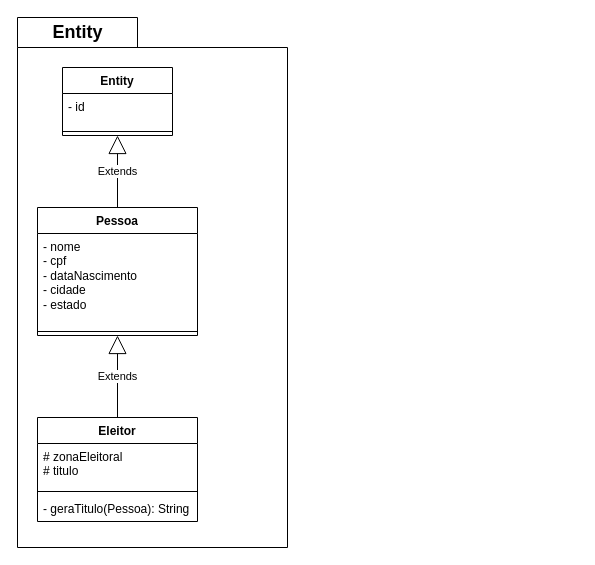
Above: Diagrama sem nome.drawio in fseabra93/proj_final_LP2 (draw.io), before the change. Source tidied: cells renumbered, new cells numbered last; positions are measured from the earlier drawing's top-left corner, leaving out a move shared by most shapes. Both pictures are drawn from the tidied source at 100%, with x=0, y=0 at pixel (17, 17).
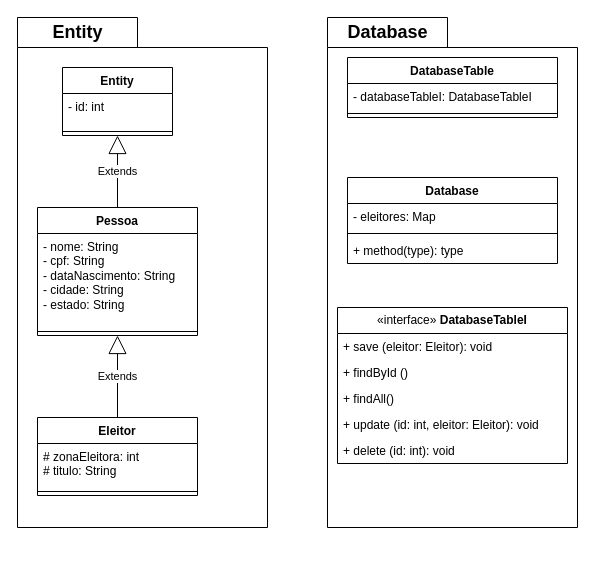
The same page after the edit.

Unchanged cells that the change refers to:
```xml
<mxCell id="4" value="Entity" style="swimlane;fontStyle=1;align=center;verticalAlign=top;horizontal=1;startSize=26;whiteSpace=wrap;html=1;" parent="1" vertex="1">
  <mxGeometry x="45" y="50" width="110" height="68" as="geometry" />
</mxCell>
<mxCell id="12" value="Pessoa" style="swimlane;fontStyle=1;align=center;verticalAlign=top;horizontal=1;startSize=26;whiteSpace=wrap;html=1;" parent="1" vertex="1">
  <mxGeometry x="20" y="190" width="160" height="128" as="geometry" />
</mxCell>
```

The edit, as a diff of the source:
```diff
@@
     <mxCell id="2" style="shape=folder;fontStyle=1;spacingTop=10;tabWidth=120;tabHeight=30;tabPosition=left;html=1;whiteSpace=wrap;" parent="1" vertex="1">
-      <mxGeometry width="270" height="530" as="geometry" />
+      <mxGeometry width="250" height="510" as="geometry" />
     </mxCell>
@@
-    <mxCell id="5" value="&lt;div&gt;- id&lt;/div&gt;" style="text;strokeColor=none;fillColor=none;align=left;verticalAlign=top;spacingLeft=4;spacingRight=4;overflow=hidden;points=[[0,0.5],[1,0.5]];portConstraint=eastwest;whiteSpace=wrap;html=1;" parent="4" vertex="1">
+    <mxCell id="5" value="&lt;div&gt;- id: int&lt;/div&gt;" style="text;strokeColor=none;fillColor=none;align=left;verticalAlign=top;spacingLeft=4;spacingRight=4;overflow=hidden;points=[[0,0.5],[1,0.5]];portConstraint=eastwest;whiteSpace=wrap;html=1;" parent="4" vertex="1">
       <mxGeometry y="26" width="110" height="34" as="geometry" />
     </mxCell>
@@
     <mxCell id="8" value="Eleitor" style="swimlane;fontStyle=1;align=center;verticalAlign=top;horizontal=1;startSize=26;whiteSpace=wrap;html=1;" parent="1" vertex="1">
-      <mxGeometry x="20" y="400" width="160" height="104" as="geometry" />
+      <mxGeometry x="20" y="400" width="160" height="78" as="geometry" />
     </mxCell>
-    <mxCell id="9" value="# zonaEleitoral&lt;div&gt;# titulo&lt;/div&gt;" style="text;strokeColor=none;fillColor=none;align=left;verticalAlign=top;spacingLeft=4;spacingRight=4;overflow=hidden;whiteSpace=wrap;html=1;" parent="8" vertex="1">
+    <mxCell id="9" value="# zonaEleitora: int&lt;div&gt;# titulo: String&lt;/div&gt;" style="text;strokeColor=none;fillColor=none;align=left;verticalAlign=top;spacingLeft=4;spacingRight=4;overflow=hidden;whiteSpace=wrap;html=1;" parent="8" vertex="1">
       <mxGeometry y="26" width="160" height="44" as="geometry" />
     </mxCell>
@@
-    <mxCell id="11" value="- geraTitulo(Pessoa): String" style="text;strokeColor=none;fillColor=none;align=left;verticalAlign=top;spacingLeft=4;spacingRight=4;overflow=hidden;whiteSpace=wrap;html=1;" parent="8" vertex="1">
-      <mxGeometry y="78" width="160" height="26" as="geometry" />
-    </mxCell>
@@
-    <mxCell id="13" value="- nome&lt;div&gt;- cpf&lt;/div&gt;&lt;div&gt;- dataNascimento&lt;/div&gt;&lt;div&gt;- cidade&lt;/div&gt;&lt;div&gt;- estado&lt;/div&gt;" style="text;strokeColor=none;fillColor=none;align=left;verticalAlign=top;spacingLeft=4;spacingRight=4;overflow=hidden;whiteSpace=wrap;html=1;" parent="12" vertex="1">
+    <mxCell id="13" value="- nome: String&lt;div&gt;- cpf: String&lt;/div&gt;&lt;div&gt;- dataNascimento: String&lt;/div&gt;&lt;div&gt;- cidade: String&lt;/div&gt;&lt;div&gt;- estado: String&lt;/div&gt;" style="text;strokeColor=none;fillColor=none;align=left;verticalAlign=top;spacingLeft=4;spacingRight=4;overflow=hidden;whiteSpace=wrap;html=1;" parent="12" vertex="1">
       <mxGeometry y="26" width="160" height="94" as="geometry" />
     </mxCell>
@@
+    <mxCell id="17" style="shape=folder;fontStyle=1;spacingTop=10;tabWidth=120;tabHeight=30;tabPosition=left;html=1;whiteSpace=wrap;" parent="1" vertex="1">
+      <mxGeometry x="310" width="250" height="510" as="geometry" />
+    </mxCell>
+    <mxCell id="18" value="Database" style="text;align=center;fontStyle=1;verticalAlign=middle;spacingLeft=3;spacingRight=3;strokeColor=none;html=1;fontSize=18;" parent="1" vertex="1">
+      <mxGeometry x="310" width="120" height="30" as="geometry" />
+    </mxCell>
+    <mxCell id="19" value="DatabaseTable" style="swimlane;fontStyle=1;align=center;verticalAlign=top;horizontal=1;startSize=26;whiteSpace=wrap;html=1;" parent="1" vertex="1">
+      <mxGeometry x="330" y="40" width="210" height="60" as="geometry" />
+    </mxCell>
+    <mxCell id="20" value="- databaseTableI: DatabaseTableI" style="text;strokeColor=none;fillColor=none;align=left;verticalAlign=top;spacingLeft=4;spacingRight=4;overflow=hidden;whiteSpace=wrap;html=1;" parent="19" vertex="1">
+      <mxGeometry y="26" width="210" height="26" as="geometry" />
+    </mxCell>
+    <mxCell id="21" style="line;strokeWidth=1;fillColor=none;align=left;verticalAlign=middle;spacingTop=-1;spacingLeft=3;spacingRight=3;labelPosition=right;strokeColor=inherit;" parent="19" vertex="1">
+      <mxGeometry y="52" width="210" height="8" as="geometry" />
+    </mxCell>
+    <mxCell id="22" value="Database" style="swimlane;fontStyle=1;align=center;verticalAlign=top;horizontal=1;startSize=26;whiteSpace=wrap;html=1;" parent="1" vertex="1">
+      <mxGeometry x="330" y="160" width="210" height="86" as="geometry" />
+    </mxCell>
+    <mxCell id="23" value="- eleitores: Map" style="text;strokeColor=none;fillColor=none;align=left;verticalAlign=top;spacingLeft=4;spacingRight=4;overflow=hidden;whiteSpace=wrap;html=1;" parent="22" vertex="1">
+      <mxGeometry y="26" width="210" height="26" as="geometry" />
+    </mxCell>
+    <mxCell id="24" style="line;strokeWidth=1;fillColor=none;align=left;verticalAlign=middle;spacingTop=-1;spacingLeft=3;spacingRight=3;labelPosition=right;strokeColor=inherit;" parent="22" vertex="1">
+      <mxGeometry y="52" width="210" height="8" as="geometry" />
+    </mxCell>
+    <mxCell id="25" value="+ method(type): type" style="text;strokeColor=none;fillColor=none;align=left;verticalAlign=top;spacingLeft=4;spacingRight=4;overflow=hidden;whiteSpace=wrap;html=1;" parent="22" vertex="1">
+      <mxGeometry y="60" width="210" height="26" as="geometry" />
+    </mxCell>
+    <mxCell id="26" value="«interface»&amp;nbsp;&lt;b&gt;DatabaseTableI&lt;/b&gt;" style="swimlane;fontStyle=0;horizontal=1;startSize=26;fillColor=none;whiteSpace=wrap;html=1;" parent="1" vertex="1">
+      <mxGeometry x="320" y="290" width="230" height="156" as="geometry" />
+    </mxCell>
+    <mxCell id="27" value="+ save (eleitor: Eleitor): void&amp;nbsp;" style="text;strokeColor=none;fillColor=none;align=left;verticalAlign=top;spacingLeft=4;spacingRight=4;overflow=hidden;whiteSpace=wrap;html=1;" parent="26" vertex="1">
+      <mxGeometry y="26" width="230" height="26" as="geometry" />
+    </mxCell>
+    <mxCell id="28" value="+ findById ()" style="text;strokeColor=none;fillColor=none;align=left;verticalAlign=top;spacingLeft=4;spacingRight=4;overflow=hidden;whiteSpace=wrap;html=1;" parent="26" vertex="1">
+      <mxGeometry y="52" width="230" height="26" as="geometry" />
+    </mxCell>
+    <mxCell id="29" value="+ findAll()" style="text;strokeColor=none;fillColor=none;align=left;verticalAlign=top;spacingLeft=4;spacingRight=4;overflow=hidden;whiteSpace=wrap;html=1;" parent="26" vertex="1">
+      <mxGeometry y="78" width="230" height="26" as="geometry" />
+    </mxCell>
+    <mxCell id="30" value="+ update (id: int, eleitor: Eleitor): void" style="text;strokeColor=none;fillColor=none;align=left;verticalAlign=top;spacingLeft=4;spacingRight=4;overflow=hidden;whiteSpace=wrap;html=1;" parent="26" vertex="1">
+      <mxGeometry y="104" width="230" height="26" as="geometry" />
+    </mxCell>
+    <mxCell id="31" value="+ delete (id: int): void" style="text;strokeColor=none;fillColor=none;align=left;verticalAlign=top;spacingLeft=4;spacingRight=4;overflow=hidden;whiteSpace=wrap;html=1;" parent="26" vertex="1">
+      <mxGeometry y="130" width="230" height="26" as="geometry" />
+    </mxCell>
```
